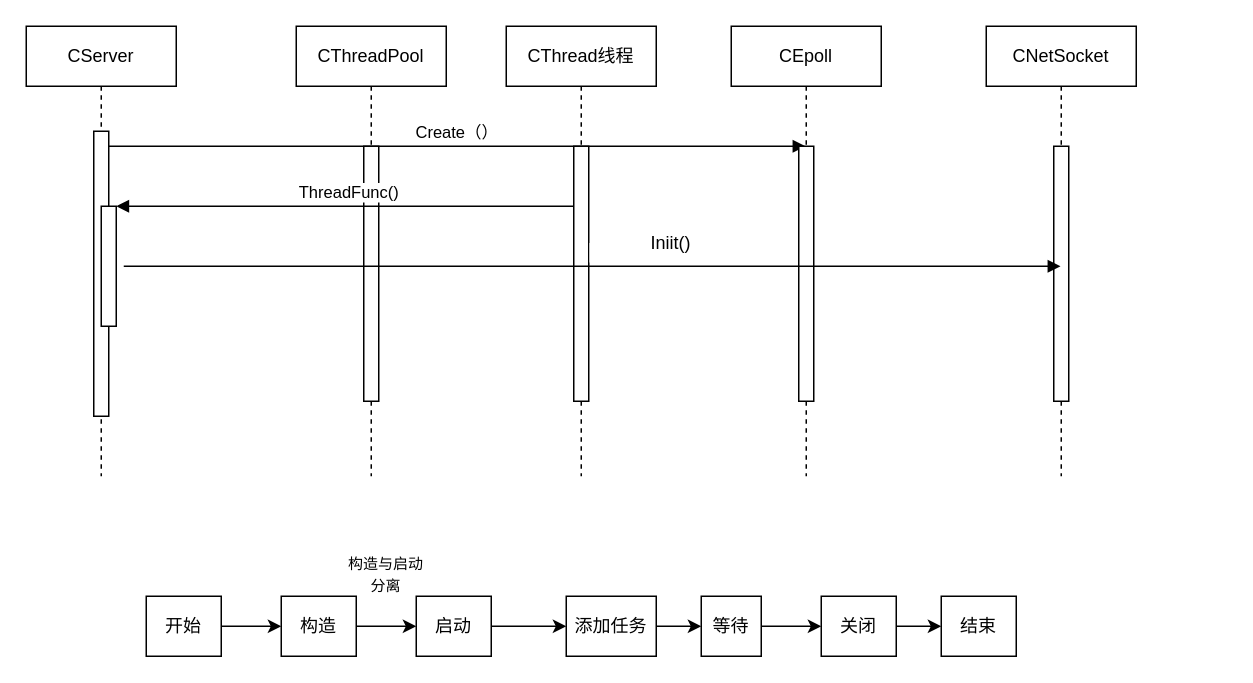
This is page "Page-1" (1 of 2) of 视频服务器-网络服务器模块时序图.drawio from ZWJ5656588/uml, a draw.io file, before an edit. Source tidied: cells renumbered, new cells numbered last; positions are measured from the earlier drawing's top-left corner, leaving out a move shared by most shapes. Both pictures are drawn from the tidied source at 150%, with x=0, y=0 at pixel (26, 26).
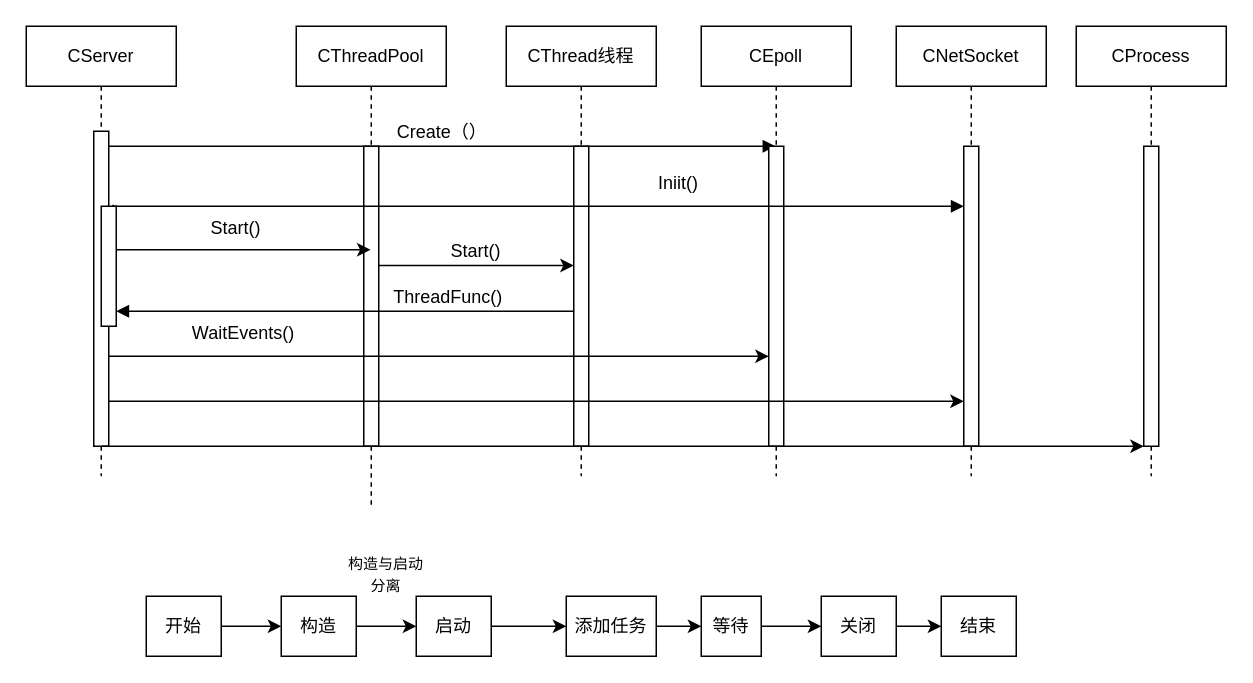
After the change.

Commit message:
视频服务器-网络服务器模块时序图.drawio

The change refers to these unchanged cells:
```xml
<mxCell id="2" value="CServer" style="shape=umlLifeline;perimeter=lifelinePerimeter;whiteSpace=wrap;html=1;newEdgeStyle={&quot;edgeStyle&quot;:&quot;elbowEdgeStyle&quot;,&quot;elbow&quot;:&quot;vertical&quot;,&quot;curved&quot;:0,&quot;rounded&quot;:0};" parent="1" vertex="1">
  <mxGeometry width="100" height="300" as="geometry" />
</mxCell>
<mxCell id="4" style="html=1;points=[];perimeter=orthogonalPerimeter;outlineConnect=0;targetShapes=umlLifeline;portConstraint=eastwest;newEdgeStyle={&quot;edgeStyle&quot;:&quot;elbowEdgeStyle&quot;,&quot;elbow&quot;:&quot;vertical&quot;,&quot;curved&quot;:0,&quot;rounded&quot;:0};" parent="2" vertex="1">
  <mxGeometry x="50" y="120" width="10" height="80" as="geometry" />
</mxCell>
<mxCell id="11" value="CThread线程" style="shape=umlLifeline;perimeter=lifelinePerimeter;whiteSpace=wrap;html=1;outlineConnect=0;portConstraint=eastwest;newEdgeStyle={&quot;edgeStyle&quot;:&quot;elbowEdgeStyle&quot;,&quot;elbow&quot;:&quot;vertical&quot;,&quot;curved&quot;:0,&quot;rounded&quot;:0};" parent="1" vertex="1">
  <mxGeometry x="320" width="100" height="300" as="geometry" />
</mxCell>
```

The edit, as a diff of the source:
```diff
@@
     <mxCell id="3" style="html=1;points=[];perimeter=orthogonalPerimeter;outlineConnect=0;targetShapes=umlLifeline;portConstraint=eastwest;newEdgeStyle={&quot;edgeStyle&quot;:&quot;elbowEdgeStyle&quot;,&quot;elbow&quot;:&quot;vertical&quot;,&quot;curved&quot;:0,&quot;rounded&quot;:0};" parent="2" vertex="1">
-      <mxGeometry x="45" y="70" width="10" height="190" as="geometry" />
+      <mxGeometry x="45" y="70" width="10" height="210" as="geometry" />
     </mxCell>
@@
     <mxCell id="5" value="CThreadPool" style="shape=umlLifeline;perimeter=lifelinePerimeter;whiteSpace=wrap;html=1;newEdgeStyle={&quot;edgeStyle&quot;:&quot;elbowEdgeStyle&quot;,&quot;elbow&quot;:&quot;vertical&quot;,&quot;curved&quot;:0,&quot;rounded&quot;:0};" parent="1" vertex="1">
-      <mxGeometry x="180" width="100" height="300" as="geometry" />
+      <mxGeometry x="180" width="100" height="320" as="geometry" />
     </mxCell>
     <mxCell id="6" style="html=1;perimeter=orthogonalPerimeter;targetShapes=umlLifeline;newEdgeStyle={&quot;edgeStyle&quot;:&quot;elbowEdgeStyle&quot;,&quot;elbow&quot;:&quot;vertical&quot;,&quot;curved&quot;:0,&quot;rounded&quot;:0};" parent="5" vertex="1">
-      <mxGeometry x="45" y="80" width="10" height="170" as="geometry" />
+      <mxGeometry x="45" y="80" width="10" height="200" as="geometry" />
     </mxCell>
-    <mxCell id="7" value="Create（）" style="html=1;verticalAlign=bottom;endArrow=block;edgeStyle=elbowEdgeStyle;elbow=vertical;curved=0;rounded=0;" parent="1" edge="1" source="3" target="13">
+    <mxCell id="7" value="&lt;font style=&quot;font-size: 12px;&quot;&gt;Create（）&lt;/font&gt;" style="html=1;verticalAlign=bottom;endArrow=block;edgeStyle=elbowEdgeStyle;elbow=vertical;curved=0;rounded=0;" parent="1" edge="1" source="3" target="13">
       <mxGeometry relative="1" as="geometry">
         <Array as="points">
           <mxPoint x="140" y="80" />
         </Array>
       </mxGeometry>
     </mxCell>
-    <mxCell id="8" value="ThreadFunc()&lt;br&gt;" style="html=1;verticalAlign=bottom;endArrow=block;edgeStyle=elbowEdgeStyle;elbow=vertical;curved=0;rounded=0;" parent="1" edge="1" source="11" target="4">
-      <mxGeometry relative="1" as="geometry">
+    <mxCell id="8" value="&lt;font style=&quot;font-size: 12px;&quot;&gt;ThreadFunc()&lt;/font&gt;" style="html=1;verticalAlign=bottom;endArrow=block;edgeStyle=elbowEdgeStyle;elbow=vertical;curved=0;rounded=0;" parent="1" edge="1">
+      <mxGeometry x="-0.42" relative="1" as="geometry">
+        <mxPoint x="369.5" y="190" as="sourcePoint" />
+        <mxPoint x="60" y="190" as="targetPoint" />
         <Array as="points">
-          <mxPoint x="150" y="120" />
+          <mxPoint x="150" y="190" />
         </Array>
+        <mxPoint x="1" as="offset" />
       </mxGeometry>
     </mxCell>
     <mxCell id="9" value="CNetSocket" style="shape=umlLifeline;perimeter=lifelinePerimeter;whiteSpace=wrap;html=1;outlineConnect=0;portConstraint=eastwest;newEdgeStyle={&quot;edgeStyle&quot;:&quot;elbowEdgeStyle&quot;,&quot;elbow&quot;:&quot;vertical&quot;,&quot;curved&quot;:0,&quot;rounded&quot;:0};" parent="1" vertex="1">
-      <mxGeometry x="640" width="100" height="300" as="geometry" />
+      <mxGeometry x="580" width="100" height="300" as="geometry" />
     </mxCell>
     <mxCell id="10" style="html=1;points=[];perimeter=orthogonalPerimeter;outlineConnect=0;targetShapes=umlLifeline;portConstraint=eastwest;newEdgeStyle={&quot;edgeStyle&quot;:&quot;elbowEdgeStyle&quot;,&quot;elbow&quot;:&quot;vertical&quot;,&quot;curved&quot;:0,&quot;rounded&quot;:0};" parent="9" vertex="1">
-      <mxGeometry x="45" y="80" width="10" height="170" as="geometry" />
+      <mxGeometry x="45" y="80" width="10" height="200" as="geometry" />
     </mxCell>
@@
     <mxCell id="12" style="html=1;points=[];perimeter=orthogonalPerimeter;outlineConnect=0;targetShapes=umlLifeline;portConstraint=eastwest;newEdgeStyle={&quot;edgeStyle&quot;:&quot;elbowEdgeStyle&quot;,&quot;elbow&quot;:&quot;vertical&quot;,&quot;curved&quot;:0,&quot;rounded&quot;:0};" parent="11" vertex="1">
-      <mxGeometry x="45" y="80" width="10" height="170" as="geometry" />
+      <mxGeometry x="45" y="80" width="10" height="200" as="geometry" />
     </mxCell>
     <mxCell id="13" value="CEpoll" style="shape=umlLifeline;perimeter=lifelinePerimeter;whiteSpace=wrap;html=1;outlineConnect=0;portConstraint=eastwest;newEdgeStyle={&quot;edgeStyle&quot;:&quot;elbowEdgeStyle&quot;,&quot;elbow&quot;:&quot;vertical&quot;,&quot;curved&quot;:0,&quot;rounded&quot;:0};" parent="1" vertex="1">
-      <mxGeometry x="470" width="100" height="300" as="geometry" />
+      <mxGeometry x="450" width="100" height="300" as="geometry" />
     </mxCell>
     <mxCell id="14" style="html=1;points=[];perimeter=orthogonalPerimeter;outlineConnect=0;targetShapes=umlLifeline;portConstraint=eastwest;newEdgeStyle={&quot;edgeStyle&quot;:&quot;elbowEdgeStyle&quot;,&quot;elbow&quot;:&quot;vertical&quot;,&quot;curved&quot;:0,&quot;rounded&quot;:0};" parent="13" vertex="1">
-      <mxGeometry x="45" y="80" width="10" height="170" as="geometry" />
+      <mxGeometry x="45" y="80" width="10" height="200" as="geometry" />
     </mxCell>
@@
-    <mxCell id="29" value="&amp;nbsp;" style="html=1;verticalAlign=bottom;endArrow=block;edgeStyle=elbowEdgeStyle;elbow=vertical;curved=0;rounded=0;" parent="1" edge="1" target="9">
+    <mxCell id="29" value="&amp;nbsp;" style="html=1;verticalAlign=bottom;endArrow=block;edgeStyle=elbowEdgeStyle;elbow=vertical;curved=0;rounded=0;" parent="1" edge="1" target="10">
       <mxGeometry relative="1" as="geometry">
-        <mxPoint x="65" y="160" as="sourcePoint" />
+        <mxPoint x="57.8" y="119" as="sourcePoint" />
         <Array as="points">
-          <mxPoint x="150" y="160" />
+          <mxPoint x="630" y="120" />
+          <mxPoint x="142.8" y="119" />
         </Array>
       </mxGeometry>
     </mxCell>
     <mxCell id="30" value="Iniit()" style="text;strokeColor=none;align=center;fillColor=none;html=1;verticalAlign=middle;whiteSpace=wrap;rounded=0;" parent="1" vertex="1">
-      <mxGeometry x="400" y="130" width="60" height="30" as="geometry" />
+      <mxGeometry x="405" y="90" width="60" height="30" as="geometry" />
     </mxCell>
+    <mxCell id="31" style="endArrow=classic;html=1;rounded=0;" parent="1" edge="1" target="12">
+      <mxGeometry relative="1" as="geometry">
+        <mxPoint x="235" y="159.5" as="sourcePoint" />
+      </mxGeometry>
+    </mxCell>
+    <mxCell id="32" value="Start()" style="text;strokeColor=none;align=center;fillColor=none;html=1;verticalAlign=middle;whiteSpace=wrap;rounded=0;" parent="1" vertex="1">
+      <mxGeometry x="270" y="135" width="60" height="30" as="geometry" />
+    </mxCell>
+    <mxCell id="33" style="endArrow=classic;html=1;rounded=0;" parent="1" edge="1">
+      <mxGeometry relative="1" as="geometry">
+        <mxPoint x="60" y="149" as="sourcePoint" />
+        <mxPoint x="229.5" y="149" as="targetPoint" />
+        <Array as="points">
+          <mxPoint x="120" y="149" />
+          <mxPoint x="170" y="149" />
+        </Array>
+      </mxGeometry>
+    </mxCell>
+    <mxCell id="34" value="&lt;font style=&quot;font-size: 12px;&quot;&gt;Start()&lt;/font&gt;" style="text;strokeColor=none;align=center;fillColor=none;html=1;verticalAlign=middle;whiteSpace=wrap;rounded=0;" parent="1" vertex="1">
+      <mxGeometry x="110" y="120" width="60" height="30" as="geometry" />
+    </mxCell>
+    <mxCell id="35" style="endArrow=classic;html=1;rounded=0;" parent="1" edge="1" target="14">
+      <mxGeometry relative="1" as="geometry">
+        <mxPoint x="54.8" y="220" as="sourcePoint" />
+      </mxGeometry>
+    </mxCell>
+    <mxCell id="36" value="CProcess" style="shape=umlLifeline;perimeter=lifelinePerimeter;whiteSpace=wrap;html=1;outlineConnect=0;portConstraint=eastwest;newEdgeStyle={&quot;edgeStyle&quot;:&quot;elbowEdgeStyle&quot;,&quot;elbow&quot;:&quot;vertical&quot;,&quot;curved&quot;:0,&quot;rounded&quot;:0};points=[[0.49,0.64,0,0,0],[0.52,0.43,0,0,0]];" parent="1" vertex="1">
+      <mxGeometry x="700" width="100" height="300" as="geometry" />
+    </mxCell>
+    <mxCell id="37" style="edgeStyle=elbowEdgeStyle;rounded=0;jettySize=auto;html=1;elbow=vertical;curved=0;" parent="36" edge="1" source="38" target="36">
+      <mxGeometry relative="1" as="geometry" />
+    </mxCell>
+    <mxCell id="38" style="html=1;points=[];perimeter=orthogonalPerimeter;outlineConnect=1;targetShapes=umlLifeline;portConstraint=eastwest;newEdgeStyle={&quot;edgeStyle&quot;:&quot;elbowEdgeStyle&quot;,&quot;elbow&quot;:&quot;vertical&quot;,&quot;curved&quot;:0,&quot;rounded&quot;:0};" parent="36" vertex="1">
+      <mxGeometry x="45" y="80" width="10" height="200" as="geometry" />
+    </mxCell>
+    <mxCell id="39" value="WaitEvents()" style="text;strokeColor=none;align=center;fillColor=none;html=1;verticalAlign=middle;whiteSpace=wrap;rounded=0;" parent="1" vertex="1">
+      <mxGeometry x="130" y="200" width="30" height="10" as="geometry" />
+    </mxCell>
+    <mxCell id="40" style="endArrow=classic;html=1;rounded=0;" parent="1" edge="1">
+      <mxGeometry relative="1" as="geometry">
+        <mxPoint x="55" y="250" as="sourcePoint" />
+        <mxPoint x="625" y="250" as="targetPoint" />
+      </mxGeometry>
+    </mxCell>
+    <mxCell id="41" style="endArrow=classic;html=1;rounded=0;" parent="1" edge="1" target="38">
+      <mxGeometry relative="1" as="geometry">
+        <mxPoint x="50" y="280" as="sourcePoint" />
+      </mxGeometry>
+    </mxCell>
```
